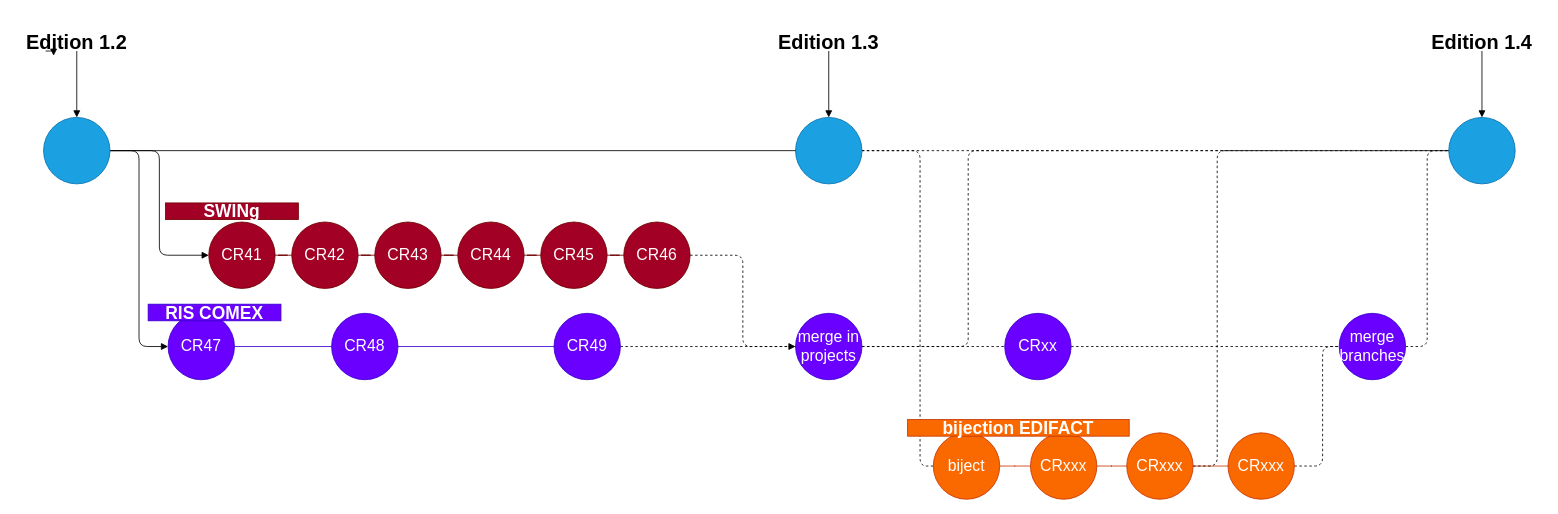
Before: docs/CR/Untitled Diagram.drawio in cesniti/ris_public_files, a draw.io diagram. Source tidied: cells renumbered, new cells numbered last; positions are measured from the earlier drawing's top-left corner, leaving out a move shared by most shapes. Both pictures are drawn from the tidied source at 83%, with x=0, y=0 at pixel (14, 34).
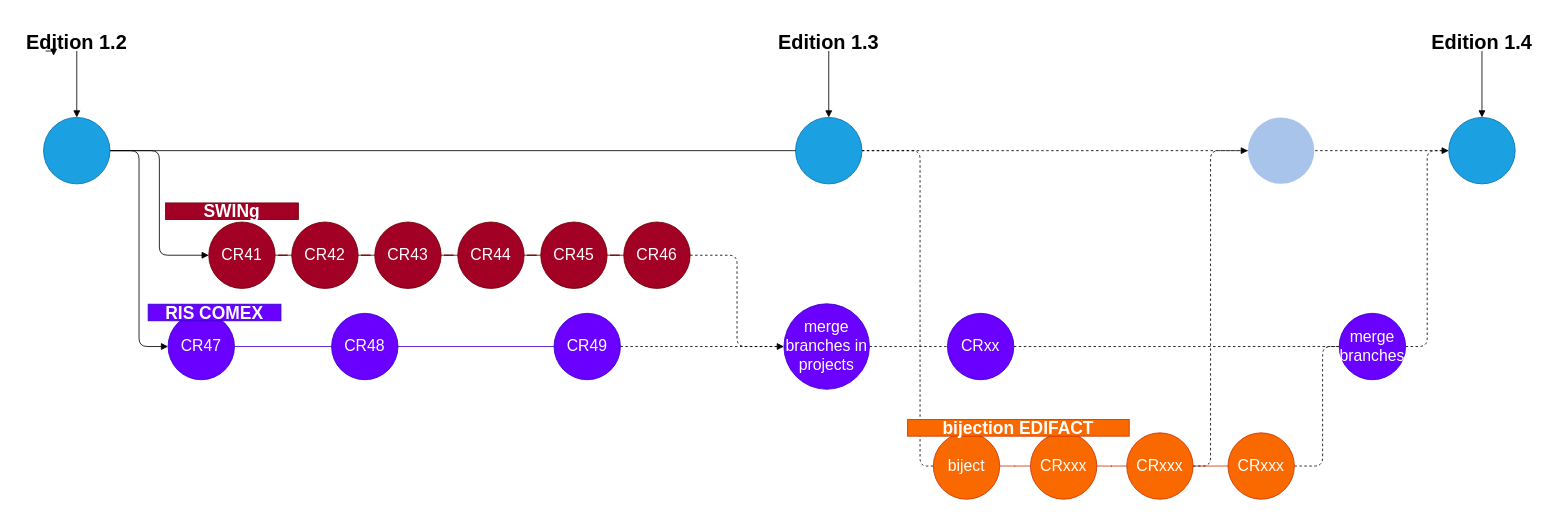
Above is the later version.

Unchanged cells that the change refers to:
```xml
<mxCell id="3" style="ellipse;whiteSpace=wrap;html=1;fillColor=#1ba1e2;strokeColor=#006EAF;fontColor=#ffffff;" parent="1" vertex="1">
  <mxGeometry x="941" y="100" width="80" height="80" as="geometry" />
</mxCell>
<mxCell id="4" style="ellipse;whiteSpace=wrap;html=1;fillColor=#1ba1e2;strokeColor=#006EAF;fontColor=#ffffff;" parent="1" vertex="1">
  <mxGeometry x="1728" y="100" width="80" height="80" as="geometry" />
</mxCell>
<mxCell id="19" value="CRxxx" style="ellipse;whiteSpace=wrap;html=1;strokeColor=#C73500;fillColor=#fa6800;fontColor=#ffffff;fontSize=19;" parent="1" vertex="1">
  <mxGeometry x="1340" y="480" width="80" height="80" as="geometry" />
</mxCell>
```

Diff of the diagram source:
```diff
@@
-    <mxCell id="2" style="edgeStyle=orthogonalEdgeStyle;rounded=1;jumpSize=1;jettySize=auto;html=1;endArrow=none;endFill=0;endSize=6;strokeWidth=1;fontSize=19;dashed=1;" parent="1" edge="1" source="3" target="4">
+    <mxCell id="2" style="edgeStyle=orthogonalEdgeStyle;rounded=1;jumpSize=1;jettySize=auto;html=1;dashed=1;endArrow=block;endFill=1;endSize=6;strokeWidth=1;fontSize=19;" parent="1" edge="1" source="3" target="4">
       <mxGeometry relative="1" as="geometry" />
     </mxCell>
@@
-    <mxCell id="9" style="edgeStyle=orthogonalEdgeStyle;rounded=1;jumpSize=1;jettySize=auto;html=1;entryX=0;entryY=0.5;entryDx=0;entryDy=0;dashed=1;endArrow=none;endFill=0;endSize=6;strokeWidth=1;fontSize=19;" parent="1" edge="1" source="11" target="4">
-      <mxGeometry relative="1" as="geometry">
-        <Array as="points">
-          <mxPoint x="1149" y="376" />
-          <mxPoint x="1149" y="140" />
-        </Array>
-      </mxGeometry>
-    </mxCell>
@@
-    <mxCell id="11" value="merge in &lt;br&gt;projects" style="ellipse;whiteSpace=wrap;html=1;fillColor=#6a00ff;fontColor=#ffffff;strokeColor=#3700CC;fontSize=19;" parent="1" vertex="1">
-      <mxGeometry x="941" y="336" width="80" height="80" as="geometry" />
+    <mxCell id="11" value="merge branches in &lt;br&gt;projects" style="ellipse;whiteSpace=wrap;html=1;fillColor=#6a00ff;fontColor=#ffffff;strokeColor=#3700CC;fontSize=19;" parent="1" vertex="1">
+      <mxGeometry x="927" y="324.5" width="103" height="103" as="geometry" />
     </mxCell>
@@
-    <mxCell id="18" style="edgeStyle=orthogonalEdgeStyle;rounded=1;jumpSize=1;jettySize=auto;html=1;entryX=0;entryY=0.5;entryDx=0;entryDy=0;dashed=1;endArrow=none;endFill=0;endSize=6;strokeWidth=1;fontSize=19;" parent="1" edge="1" source="19" target="4">
-      <mxGeometry relative="1" as="geometry">
-        <Array as="points">
-          <mxPoint x="1449" y="520" />
-          <mxPoint x="1449" y="140" />
-        </Array>
-      </mxGeometry>
-    </mxCell>
+    <mxCell id="54" style="edgeStyle=orthogonalEdgeStyle;rounded=1;jumpSize=1;jettySize=auto;html=1;entryX=0;entryY=0.5;entryDx=0;entryDy=0;endArrow=block;endFill=1;endSize=6;strokeWidth=1;fontSize=19;dashed=1;" parent="1" edge="1" source="19" target="55">
+      <mxGeometry relative="1" as="geometry">
+        <Array as="points">
+          <mxPoint x="1441" y="520" />
+          <mxPoint x="1441" y="140" />
+        </Array>
+      </mxGeometry>
+    </mxCell>
@@
     <mxCell id="52" value="CRxx" style="ellipse;whiteSpace=wrap;html=1;fillColor=#6a00ff;fontColor=#ffffff;strokeColor=#3700CC;fontSize=19;" parent="1" vertex="1">
-      <mxGeometry x="1193" y="336" width="80" height="80" as="geometry" />
+      <mxGeometry x="1124" y="336" width="80" height="80" as="geometry" />
     </mxCell>
@@
+    <mxCell id="55" style="ellipse;whiteSpace=wrap;html=1;fontColor=#ffffff;fontSize=19;strokeColor=none;fillColor=#A9C4EB;" parent="1" vertex="1">
+      <mxGeometry x="1486" y="100" width="80" height="80" as="geometry" />
+    </mxCell>
```
